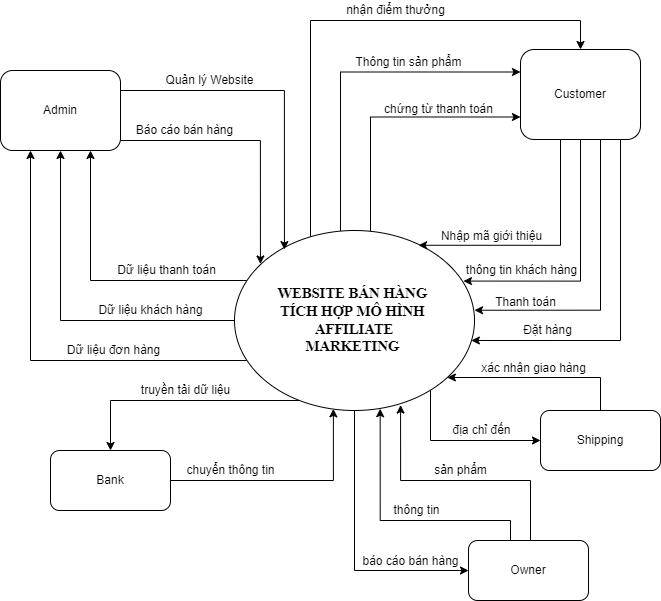
Earlier version of the draw.io export SystemContent.png (leanhtuan9497/DoAnTotNghiep). Source tidied: cells renumbered, new cells last; positions are measured from the earlier drawing's top-left corner, leaving out a move shared by most shapes.
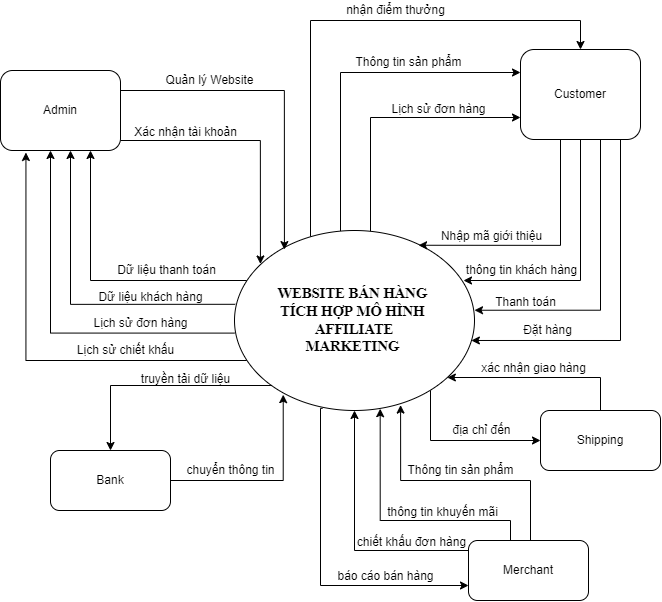
After the commit.

Diff of the diagram source:
```diff
@@ -33,17 +33,19 @@
         </Array>
       </mxGeometry>
     </mxCell>
-    <mxCell id="6" style="edgeStyle=orthogonalEdgeStyle;rounded=0;jettySize=auto;html=1;entryX=0;entryY=0.5;entryDx=0;entryDy=0;" parent="1" edge="1" source="11" target="21">
+    <mxCell id="6" style="edgeStyle=orthogonalEdgeStyle;rounded=0;jettySize=auto;html=1;entryX=0;entryY=0.75;entryDx=0;entryDy=0;exitX=0.367;exitY=0.988;exitDx=0;exitDy=0;exitPerimeter=0;" parent="1" edge="1" source="11" target="21">
       <mxGeometry relative="1" as="geometry">
         <Array as="points">
-          <mxPoint x="354" y="570" />
+          <mxPoint x="320" y="408" />
+          <mxPoint x="320" y="585" />
         </Array>
       </mxGeometry>
     </mxCell>
-    <mxCell id="7" style="edgeStyle=orthogonalEdgeStyle;rounded=0;jettySize=auto;html=1;entryX=0.5;entryY=0;entryDx=0;entryDy=0;" parent="1" edge="1" source="11" target="23">
+    <mxCell id="7" style="edgeStyle=orthogonalEdgeStyle;rounded=0;jettySize=auto;html=1;entryX=0.5;entryY=0;entryDx=0;entryDy=0;" parent="1" edge="1" target="23">
       <mxGeometry relative="1" as="geometry">
+        <mxPoint x="272" y="385" as="sourcePoint" />
         <Array as="points">
-          <mxPoint x="110" y="400" />
+          <mxPoint x="110" y="385" />
         </Array>
       </mxGeometry>
     </mxCell>
@@ -54,20 +56,29 @@
         </Array>
       </mxGeometry>
     </mxCell>
-    <mxCell id="9" style="edgeStyle=orthogonalEdgeStyle;rounded=0;jettySize=auto;html=1;entryX=0.5;entryY=1;entryDx=0;entryDy=0;" parent="1" edge="1" source="11" target="26">
+    <mxCell id="9" style="edgeStyle=orthogonalEdgeStyle;rounded=0;jettySize=auto;html=1;exitX=0.003;exitY=0.41;exitDx=0;exitDy=0;exitPerimeter=0;" parent="1" edge="1" source="11" target="26">
       <mxGeometry relative="1" as="geometry">
         <Array as="points">
-          <mxPoint x="60" y="320" />
+          <mxPoint x="70" y="304" />
         </Array>
       </mxGeometry>
     </mxCell>
-    <mxCell id="10" style="edgeStyle=orthogonalEdgeStyle;rounded=0;jettySize=auto;html=1;entryX=0.25;entryY=1;entryDx=0;entryDy=0;" parent="1" edge="1" source="11" target="26">
+    <mxCell id="10" style="edgeStyle=orthogonalEdgeStyle;rounded=0;jettySize=auto;html=1;exitX=0;exitY=0.57;exitDx=0;exitDy=0;exitPerimeter=0;" parent="1" edge="1" source="11">
       <mxGeometry relative="1" as="geometry">
+        <mxPoint x="50" y="150" as="targetPoint" />
         <Array as="points">
-          <mxPoint x="30" y="360" />
+          <mxPoint x="50" y="333" />
+          <mxPoint x="50" y="153" />
         </Array>
       </mxGeometry>
     </mxCell>
+    <mxCell id="46" style="edgeStyle=orthogonalEdgeStyle;rounded=0;jettySize=auto;html=1;entryX=0.212;entryY=1.025;entryDx=0;entryDy=0;entryPerimeter=0;" parent="1" edge="1" source="11" target="26">
+      <mxGeometry relative="1" as="geometry">
+        <Array as="points">
+          <mxPoint x="25" y="360" />
+        </Array>
+      </mxGeometry>
+    </mxCell>
     <mxCell id="11" value="&lt;span style=&quot;font-size: 11.0pt ; font-family: &amp;#34;times new roman&amp;#34; , serif&quot;&gt;WEBSITE BÁN HÀNG &lt;br&gt;TÍCH HỢP MÔ HÌNH &lt;br&gt;AFFILIATE&lt;br/&gt;MARKETING&lt;/span&gt;&amp;nbsp;" style="ellipse;whiteSpace=wrap;html=1;fontStyle=1;" parent="1" vertex="1">
       <mxGeometry x="234" y="230" width="240" height="180" as="geometry" />
     </mxCell>
@@ -129,10 +140,17 @@
         </Array>
       </mxGeometry>
     </mxCell>
+    <mxCell id="47" style="edgeStyle=orthogonalEdgeStyle;rounded=0;jettySize=auto;html=1;entryX=0.5;entryY=1;entryDx=0;entryDy=0;" parent="1" edge="1" source="21" target="11">
+      <mxGeometry relative="1" as="geometry">
+        <Array as="points">
+          <mxPoint x="354" y="550" />
+        </Array>
+      </mxGeometry>
+    </mxCell>
-    <mxCell id="21" value="Owner" style="rounded=1;whiteSpace=wrap;html=1;" parent="1" vertex="1">
+    <mxCell id="21" value="Merchant" style="rounded=1;whiteSpace=wrap;html=1;" parent="1" vertex="1">
       <mxGeometry x="468" y="540" width="120" height="60" as="geometry" />
     </mxCell>
-    <mxCell id="22" style="edgeStyle=orthogonalEdgeStyle;rounded=0;jettySize=auto;html=1;entryX=0.412;entryY=0.991;entryDx=0;entryDy=0;entryPerimeter=0;" parent="1" edge="1" source="23" target="11">
+    <mxCell id="22" style="edgeStyle=orthogonalEdgeStyle;rounded=0;jettySize=auto;html=1;entryX=0.203;entryY=0.912;entryDx=0;entryDy=0;entryPerimeter=0;" parent="1" edge="1" source="23" target="11">
       <mxGeometry relative="1" as="geometry" />
     </mxCell>
     <mxCell id="23" value="Bank" style="rounded=1;whiteSpace=wrap;html=1;" parent="1" vertex="1">
@@ -158,32 +176,29 @@
     <mxCell id="27" value="Quản lý Website" style="text;html=1;align=center;verticalAlign=middle;strokeColor=none;fillColor=none;" parent="1" vertex="1">
       <mxGeometry x="159" y="70" width="100" height="20" as="geometry" />
     </mxCell>
-    <mxCell id="28" value="Báo cáo bán hàng" style="text;html=1;align=center;verticalAlign=middle;strokeColor=none;fillColor=none;" parent="1" vertex="1">
-      <mxGeometry x="129" y="120" width="110" height="20" as="geometry" />
-    </mxCell>
     <mxCell id="29" value="Dữ liệu thanh toán" style="text;html=1;align=center;verticalAlign=middle;strokeColor=none;fillColor=none;" parent="1" vertex="1">
       <mxGeometry x="111" y="260" width="110" height="20" as="geometry" />
     </mxCell>
     <mxCell id="30" value="Dữ liệu khách hàng" style="text;html=1;align=center;verticalAlign=middle;strokeColor=none;fillColor=none;" parent="1" vertex="1">
-      <mxGeometry x="90" y="300" width="120" height="20" as="geometry" />
+      <mxGeometry x="90" y="287" width="120" height="20" as="geometry" />
     </mxCell>
-    <mxCell id="31" value="Dữ liệu đơn hàng" style="text;html=1;align=center;verticalAlign=middle;strokeColor=none;fillColor=none;" parent="1" vertex="1">
-      <mxGeometry x="58" y="340" width="110" height="20" as="geometry" />
+    <mxCell id="31" value="Lịch sử đơn hàng" style="text;html=1;align=center;verticalAlign=middle;strokeColor=none;fillColor=none;" parent="1" vertex="1">
+      <mxGeometry x="85" y="313" width="110" height="20" as="geometry" />
     </mxCell>
     <mxCell id="32" value="truyền tải dữ liệu" style="text;html=1;align=center;verticalAlign=middle;strokeColor=none;fillColor=none;" parent="1" vertex="1">
-      <mxGeometry x="130" y="380" width="110" height="20" as="geometry" />
+      <mxGeometry x="130" y="369" width="110" height="20" as="geometry" />
     </mxCell>
     <mxCell id="33" value="chuyển thông tin" style="text;html=1;align=center;verticalAlign=middle;strokeColor=none;fillColor=none;" parent="1" vertex="1">
       <mxGeometry x="180" y="460" width="100" height="20" as="geometry" />
     </mxCell>
-    <mxCell id="34" value="thông tin" style="text;html=1;align=center;verticalAlign=middle;strokeColor=none;fillColor=none;" parent="1" vertex="1">
-      <mxGeometry x="386" y="500" width="60" height="20" as="geometry" />
+    <mxCell id="34" value="thông tin khuyến mãi" style="text;html=1;align=center;verticalAlign=middle;strokeColor=none;fillColor=none;" parent="1" vertex="1">
+      <mxGeometry x="377" y="502" width="130" height="20" as="geometry" />
     </mxCell>
     <mxCell id="35" value="báo cáo bán hàng" style="text;html=1;align=center;verticalAlign=middle;strokeColor=none;fillColor=none;" parent="1" vertex="1">
-      <mxGeometry x="355" y="551" width="110" height="20" as="geometry" />
+      <mxGeometry x="330" y="566" width="110" height="20" as="geometry" />
     </mxCell>
-    <mxCell id="36" value="sản phẩm" style="text;html=1;align=center;verticalAlign=middle;strokeColor=none;fillColor=none;" parent="1" vertex="1">
-      <mxGeometry x="425" y="460" width="70" height="20" as="geometry" />
+    <mxCell id="36" value="Thông tin sản phẩm" style="text;html=1;align=center;verticalAlign=middle;strokeColor=none;fillColor=none;" parent="1" vertex="1">
+      <mxGeometry x="400" y="460" width="120" height="20" as="geometry" />
     </mxCell>
     <mxCell id="37" value="địa chỉ đến" style="text;html=1;align=center;verticalAlign=middle;strokeColor=none;fillColor=none;" parent="1" vertex="1">
       <mxGeometry x="446" y="420" width="70" height="20" as="geometry" />
@@ -200,8 +215,8 @@
     <mxCell id="41" value="thông tin khách hàng" style="text;html=1;align=center;verticalAlign=middle;strokeColor=none;fillColor=none;" parent="1" vertex="1">
       <mxGeometry x="456" y="260" width="130" height="20" as="geometry" />
     </mxCell>
-    <mxCell id="42" value="chứng từ thanh toán" style="text;html=1;align=center;verticalAlign=middle;strokeColor=none;fillColor=none;" parent="1" vertex="1">
-      <mxGeometry x="378" y="99" width="120" height="20" as="geometry" />
+    <mxCell id="42" value="Lịch sử đơn hàng" style="text;html=1;align=center;verticalAlign=middle;strokeColor=none;fillColor=none;" parent="1" vertex="1">
+      <mxGeometry x="383" y="99" width="110" height="20" as="geometry" />
     </mxCell>
     <mxCell id="43" value="Thông tin sản phẩm" style="text;html=1;align=center;verticalAlign=middle;strokeColor=none;fillColor=none;" parent="1" vertex="1">
       <mxGeometry x="348" y="52" width="120" height="20" as="geometry" />
@@ -212,5 +227,14 @@
     <mxCell id="45" value="Nhập mã giới thiệu" style="text;html=1;align=center;verticalAlign=middle;strokeColor=none;fillColor=none;" parent="1" vertex="1">
       <mxGeometry x="431" y="226" width="120" height="20" as="geometry" />
     </mxCell>
+    <mxCell id="48" value="Xác nhận tài khoản" style="text;html=1;align=center;verticalAlign=middle;strokeColor=none;fillColor=none;" parent="1" vertex="1">
+      <mxGeometry x="125" y="122" width="120" height="20" as="geometry" />
+    </mxCell>
+    <mxCell id="49" value="chiết khấu đơn hàng" style="text;html=1;align=center;verticalAlign=middle;strokeColor=none;fillColor=none;" parent="1" vertex="1">
+      <mxGeometry x="351" y="532" width="120" height="20" as="geometry" />
+    </mxCell>
+    <mxCell id="50" value="Lịch sử chiết khấu" style="text;html=1;align=center;verticalAlign=middle;strokeColor=none;fillColor=none;" parent="1" vertex="1">
+      <mxGeometry x="70" y="340" width="110" height="20" as="geometry" />
+    </mxCell>
   </root>
 </mxGraphModel>
```
